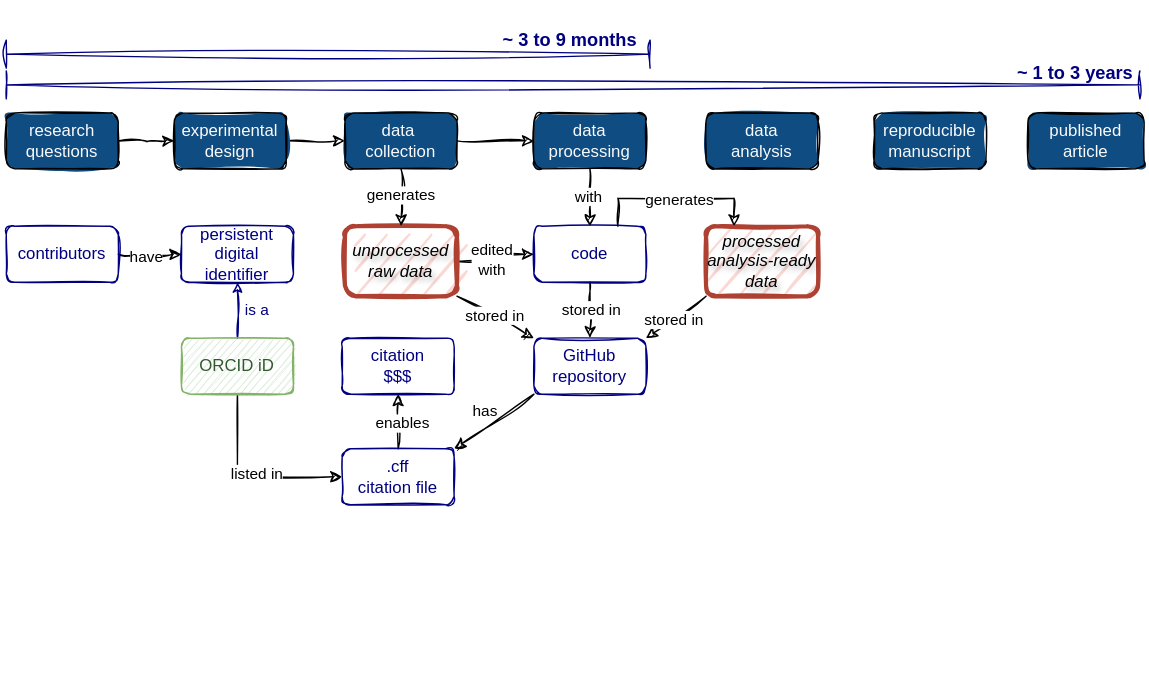
The draw.io diagram slides/img/eth-kolloquium/ghe-rdm-workflow-07.drawio.svg in Global-Health-Engineering/website, before a commit. Source tidied: cells renumbered, new cells last; positions are measured from the earlier drawing's top-left corner, leaving out a move shared by most shapes.
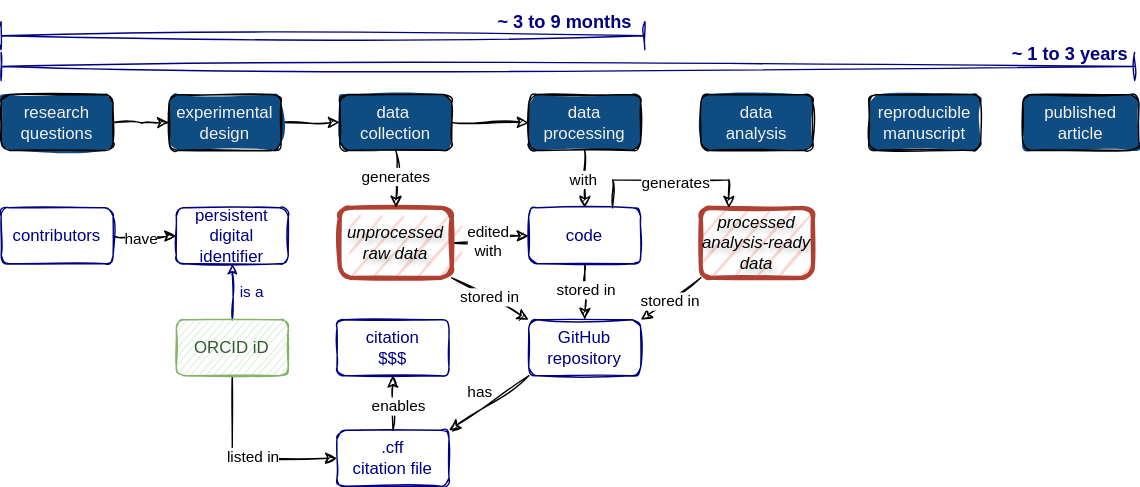
After the commit.

What changed in the source:
```diff
@@ -167,28 +167,25 @@
       <mxGeometry x="347" y="13" width="120" height="30" as="geometry" />
     </mxCell>
     <mxCell id="50" value="Step 1 - Publication workflow" parent="0" />
-    <mxCell id="51" style="rounded=0;whiteSpace=wrap;html=1;fillColor=none;strokeColor=#FFFFFF;" parent="50" vertex="1">
-      <mxGeometry width="820" height="480" as="geometry" />
-    </mxCell>
-    <mxCell id="52" value="&lt;span&gt;&lt;span&gt;research questions&lt;/span&gt;&lt;/span&gt;" style="rounded=1;html=1;strokeWidth=1;fontSize=12;fontFamily=Helvetica;fillColor=#0F4C81;sketch=1;labelBackgroundColor=none;fontColor=#FAFAFA;strokeColor=default;fontStyle=0;fillStyle=solid;labelBorderColor=none;spacing=9;align=center;textShadow=0;whiteSpace=wrap;" parent="50" vertex="1">
+    <mxCell id="52" value="&lt;span&gt;&lt;span&gt;research questions&lt;/span&gt;&lt;/span&gt;" style="rounded=1;whiteSpace=wrap;html=1;strokeWidth=1;fontSize=12;fontFamily=Helvetica;fillColor=#0F4C81;sketch=1;labelBackgroundColor=none;fontColor=#F2F2F2;strokeColor=default;fontStyle=0;fillStyle=solid;" parent="50" vertex="1">
       <mxGeometry x="4" y="80" width="80" height="40" as="geometry" />
     </mxCell>
-    <mxCell id="53" value="&lt;div&gt;&lt;span&gt;&lt;span&gt;experimental&lt;/span&gt;&lt;/span&gt;&lt;/div&gt;&lt;div&gt;&lt;span&gt;&lt;span&gt;design&lt;br&gt;&lt;/span&gt;&lt;/span&gt;&lt;/div&gt;" style="rounded=1;html=1;strokeWidth=1;fontSize=12;fontFamily=Helvetica;fillColor=#0F4C81;sketch=1;labelBackgroundColor=none;fontColor=#FAFAFA;strokeColor=default;fontStyle=0;fillStyle=solid;labelBorderColor=none;spacing=9;align=center;textShadow=0;whiteSpace=wrap;" parent="50" vertex="1">
+    <mxCell id="53" value="&lt;div&gt;&lt;span&gt;&lt;span&gt;experimental&lt;/span&gt;&lt;/span&gt;&lt;/div&gt;&lt;div&gt;&lt;span&gt;&lt;span&gt;design&lt;br&gt;&lt;/span&gt;&lt;/span&gt;&lt;/div&gt;" style="rounded=1;whiteSpace=wrap;html=1;strokeWidth=1;fontSize=12;fontFamily=Helvetica;fillColor=#0F4C81;sketch=1;labelBackgroundColor=none;fontColor=#F2F2F2;strokeColor=default;fontStyle=0;fillStyle=solid;" parent="50" vertex="1">
       <mxGeometry x="124" y="80" width="80" height="40" as="geometry" />
     </mxCell>
-    <mxCell id="54" value="&lt;div&gt;&lt;span&gt;&lt;span&gt;data&lt;br&gt;&lt;/span&gt;&lt;/span&gt;&lt;/div&gt;&lt;div&gt;&lt;span&gt;&lt;span&gt;analysis&lt;/span&gt;&lt;/span&gt;&lt;/div&gt;" style="rounded=1;html=1;strokeWidth=1;fontSize=12;fontFamily=Helvetica;fillColor=#0F4C81;sketch=1;labelBackgroundColor=none;fontColor=#FAFAFA;strokeColor=default;fontStyle=0;fillStyle=solid;labelBorderColor=none;spacing=9;align=center;textShadow=0;whiteSpace=wrap;" parent="50" vertex="1">
+    <mxCell id="54" value="&lt;div&gt;&lt;span&gt;&lt;span&gt;data&lt;br&gt;&lt;/span&gt;&lt;/span&gt;&lt;/div&gt;&lt;div&gt;&lt;span&gt;&lt;span&gt;analysis&lt;/span&gt;&lt;/span&gt;&lt;/div&gt;" style="rounded=1;whiteSpace=wrap;html=1;strokeWidth=1;fontSize=12;fontFamily=Helvetica;fillColor=#0F4C81;sketch=1;labelBackgroundColor=none;fontColor=#F2F2F2;strokeColor=default;fontStyle=0;fillStyle=solid;" parent="50" vertex="1">
       <mxGeometry x="504" y="80" width="80" height="40" as="geometry" />
     </mxCell>
-    <mxCell id="55" value="&lt;div&gt;reproducible&lt;br&gt;&lt;/div&gt;&lt;div&gt;manuscript&lt;/div&gt;" style="rounded=1;html=1;strokeWidth=1;fontSize=12;fontFamily=Helvetica;fillColor=#0F4C81;sketch=1;labelBackgroundColor=none;fontColor=#FAFAFA;strokeColor=default;fontStyle=0;fillStyle=solid;labelBorderColor=none;spacing=9;align=center;textShadow=0;whiteSpace=wrap;" parent="50" vertex="1">
+    <mxCell id="55" value="&lt;div&gt;reproducible&lt;br&gt;&lt;/div&gt;&lt;div&gt;manuscript&lt;/div&gt;" style="rounded=1;whiteSpace=wrap;html=1;strokeWidth=1;fontSize=12;fontFamily=Helvetica;fillColor=#0F4C81;sketch=1;labelBackgroundColor=none;fontColor=#F2F2F2;strokeColor=default;fontStyle=0;fillStyle=solid;" parent="50" vertex="1">
       <mxGeometry x="624" y="80" width="80" height="40" as="geometry" />
     </mxCell>
-    <mxCell id="56" value="&lt;span&gt;&lt;span&gt;published&lt;/span&gt;&lt;/span&gt;&lt;br&gt;&lt;div&gt;&lt;span&gt;&lt;span&gt;article&lt;/span&gt;&lt;/span&gt;&lt;/div&gt;" style="rounded=1;html=1;strokeWidth=1;fontSize=12;fontFamily=Helvetica;fillColor=#0F4C81;sketch=1;labelBackgroundColor=none;fontColor=#FAFAFA;strokeColor=default;fontStyle=0;fillStyle=solid;labelBorderColor=none;spacing=9;align=center;textShadow=0;whiteSpace=wrap;" parent="50" vertex="1">
+    <mxCell id="56" value="&lt;span&gt;&lt;span&gt;published&lt;/span&gt;&lt;/span&gt;&lt;br&gt;&lt;div&gt;&lt;span&gt;&lt;span&gt;article&lt;/span&gt;&lt;/span&gt;&lt;/div&gt;" style="rounded=1;whiteSpace=wrap;html=1;strokeWidth=1;fontSize=12;fontFamily=Helvetica;fillColor=#0F4C81;sketch=1;labelBackgroundColor=none;fontColor=#F2F2F2;strokeColor=default;fontStyle=0;fillStyle=solid;" parent="50" vertex="1">
       <mxGeometry x="734" y="80" width="83" height="40" as="geometry" />
     </mxCell>
-    <mxCell id="57" value="&lt;div&gt;&lt;span&gt;&lt;span&gt;data&amp;nbsp;&lt;/span&gt;&lt;/span&gt;&lt;/div&gt;&lt;div&gt;&lt;span&gt;&lt;span&gt;collection&lt;/span&gt;&lt;/span&gt;&lt;/div&gt;&lt;div&gt;&lt;span&gt;&lt;span&gt;&lt;/span&gt;&lt;/span&gt;&lt;/div&gt;" style="rounded=1;html=1;strokeWidth=1;fontSize=12;fontFamily=Helvetica;fillColor=#0F4C81;sketch=1;labelBackgroundColor=none;fontColor=#FAFAFA;strokeColor=default;fontStyle=0;fillStyle=solid;labelBorderColor=none;spacing=9;align=center;textShadow=0;whiteSpace=wrap;" parent="50" vertex="1">
+    <mxCell id="57" value="&lt;div&gt;&lt;span&gt;&lt;span&gt;data&amp;nbsp;&lt;/span&gt;&lt;/span&gt;&lt;/div&gt;&lt;div&gt;&lt;span&gt;&lt;span&gt;collection&lt;/span&gt;&lt;/span&gt;&lt;/div&gt;&lt;div&gt;&lt;span&gt;&lt;span&gt;&lt;/span&gt;&lt;/span&gt;&lt;/div&gt;" style="rounded=1;whiteSpace=wrap;html=1;strokeWidth=1;fontSize=12;fontFamily=Helvetica;fillColor=#0F4C81;sketch=1;labelBackgroundColor=none;fontColor=#F2F2F2;strokeColor=default;fontStyle=0;fillStyle=solid;" parent="50" vertex="1">
       <mxGeometry x="246" y="80" width="80" height="40" as="geometry" />
     </mxCell>
-    <mxCell id="58" value="&lt;div&gt;&lt;span&gt;&lt;span&gt;data&lt;/span&gt;&lt;/span&gt;&lt;/div&gt;&lt;div&gt;&lt;span&gt;&lt;span&gt;processing&lt;br&gt;&lt;/span&gt;&lt;/span&gt;&lt;/div&gt;" style="rounded=1;html=1;strokeWidth=1;fontSize=12;fontFamily=Helvetica;fillColor=#0F4C81;sketch=1;labelBackgroundColor=none;fontColor=#FAFAFA;strokeColor=default;fontStyle=0;fillStyle=solid;labelBorderColor=none;spacing=9;align=center;textShadow=0;whiteSpace=wrap;" parent="50" vertex="1">
+    <mxCell id="58" value="&lt;div&gt;&lt;span&gt;&lt;span&gt;data&lt;/span&gt;&lt;/span&gt;&lt;/div&gt;&lt;div&gt;&lt;span&gt;&lt;span&gt;processing&lt;br&gt;&lt;/span&gt;&lt;/span&gt;&lt;/div&gt;" style="rounded=1;whiteSpace=wrap;html=1;strokeWidth=1;fontSize=12;fontFamily=Helvetica;fillColor=#0F4C81;sketch=1;labelBackgroundColor=none;fontColor=#F2F2F2;strokeColor=default;fontStyle=0;fillStyle=solid;" parent="50" vertex="1">
       <mxGeometry x="381" y="80" width="80" height="40" as="geometry" />
     </mxCell>
   </root>
```
